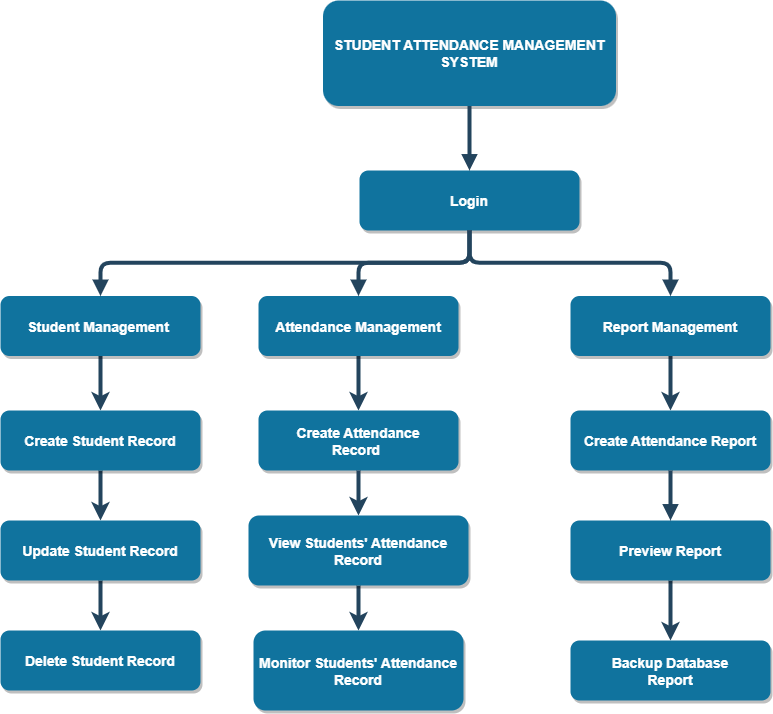
The draw.io diagram Heirarchy of Project Modules/Frame(Event).drawio.png in kaisunoo/Acads, before a commit. Source tidied: cells renumbered, new cells last; positions are measured from the earlier drawing's top-left corner, leaving out a move shared by most shapes. Its diagram source:
```xml
<mxGraphModel>
  <root>
    <mxCell id="0" />
    <mxCell id="1" parent="0" />
    <mxCell id="2" value="STUDENT ATTENDANCE MANAGEMENT &#10;SYSTEM" style="rounded=1;fillColor=#10739E;strokeColor=none;shadow=1;gradientColor=none;fontStyle=1;fontColor=#FFFFFF;fontSize=14;" parent="1" vertex="1">
      <mxGeometry x="322.5" width="293" height="105.5" as="geometry" />
    </mxCell>
    <mxCell id="3" value="Login" style="rounded=1;fillColor=#10739E;strokeColor=none;shadow=1;gradientColor=none;fontStyle=1;fontColor=#FFFFFF;fontSize=14;" parent="1" vertex="1">
      <mxGeometry x="359" y="170" width="220" height="60" as="geometry" />
    </mxCell>
    <mxCell id="4" style="edgeStyle=orthogonalEdgeStyle;rounded=0;jettySize=auto;html=1;strokeWidth=4;strokeColor=#23445D;" parent="1" edge="1" source="5" target="11">
      <mxGeometry relative="1" as="geometry" />
    </mxCell>
    <mxCell id="5" value="Student Management " style="rounded=1;fillColor=#10739E;strokeColor=none;shadow=1;gradientColor=none;fontStyle=1;fontColor=#FFFFFF;fontSize=14;" parent="1" vertex="1">
      <mxGeometry y="295.5" width="200" height="60" as="geometry" />
    </mxCell>
    <mxCell id="6" style="edgeStyle=orthogonalEdgeStyle;rounded=0;jettySize=auto;html=1;exitX=0.5;exitY=1;exitDx=0;exitDy=0;entryX=0.5;entryY=0;entryDx=0;entryDy=0;strokeWidth=4;strokeColor=#23445D;" parent="1" edge="1" source="7" target="12">
      <mxGeometry relative="1" as="geometry" />
    </mxCell>
    <mxCell id="7" value="Attendance Management" style="rounded=1;fillColor=#10739E;strokeColor=none;shadow=1;gradientColor=none;fontStyle=1;fontColor=#FFFFFF;fontSize=14;" parent="1" vertex="1">
      <mxGeometry x="258" y="295.5" width="200" height="60" as="geometry" />
    </mxCell>
    <mxCell id="8" style="edgeStyle=orthogonalEdgeStyle;rounded=0;jettySize=auto;html=1;exitX=0.5;exitY=1;exitDx=0;exitDy=0;entryX=0.5;entryY=0;entryDx=0;entryDy=0;strokeColor=#23445D;strokeWidth=4;" parent="1" edge="1" source="9" target="18">
      <mxGeometry relative="1" as="geometry" />
    </mxCell>
    <mxCell id="9" value="Report Management" style="rounded=1;fillColor=#10739E;strokeColor=none;shadow=1;gradientColor=none;fontStyle=1;fontColor=#FFFFFF;fontSize=14;" parent="1" vertex="1">
      <mxGeometry x="570" y="295.5" width="200" height="60" as="geometry" />
    </mxCell>
    <mxCell id="10" style="edgeStyle=orthogonalEdgeStyle;rounded=0;jettySize=auto;html=1;exitX=0.5;exitY=1;exitDx=0;exitDy=0;entryX=0.5;entryY=0;entryDx=0;entryDy=0;strokeWidth=4;strokeColor=#23445D;" parent="1" edge="1" source="11" target="17">
      <mxGeometry relative="1" as="geometry" />
    </mxCell>
    <mxCell id="11" value="Create Student Record" style="rounded=1;fillColor=#10739E;strokeColor=none;shadow=1;gradientColor=none;fontStyle=1;fontColor=#FFFFFF;fontSize=14;" parent="1" vertex="1">
      <mxGeometry y="410" width="200" height="60" as="geometry" />
    </mxCell>
    <mxCell id="12" value="Create Attendance &#10;Record " style="rounded=1;fillColor=#10739E;strokeColor=none;shadow=1;gradientColor=none;fontStyle=1;fontColor=#FFFFFF;fontSize=14;" parent="1" vertex="1">
      <mxGeometry x="258" y="410" width="200" height="60" as="geometry" />
    </mxCell>
    <mxCell id="13" value="Monitor Students' Attendance &#10;Record" style="rounded=1;fillColor=#10739E;strokeColor=none;shadow=1;gradientColor=none;fontStyle=1;fontColor=#FFFFFF;fontSize=14;" parent="1" vertex="1">
      <mxGeometry x="253" y="630" width="210" height="80" as="geometry" />
    </mxCell>
    <mxCell id="14" style="edgeStyle=orthogonalEdgeStyle;rounded=0;jettySize=auto;html=1;exitX=0.5;exitY=1;exitDx=0;exitDy=0;entryX=0.5;entryY=0;entryDx=0;entryDy=0;strokeWidth=4;strokeColor=#23445D;" parent="1" edge="1" source="15" target="13">
      <mxGeometry relative="1" as="geometry" />
    </mxCell>
    <mxCell id="15" value="View Students' Attendance &#10;Record" style="rounded=1;fillColor=#10739E;strokeColor=none;shadow=1;gradientColor=none;fontStyle=1;fontColor=#FFFFFF;fontSize=14;" parent="1" vertex="1">
      <mxGeometry x="248" y="515" width="220" height="70" as="geometry" />
    </mxCell>
    <mxCell id="16" style="edgeStyle=orthogonalEdgeStyle;rounded=0;jettySize=auto;html=1;exitX=0.5;exitY=1;exitDx=0;exitDy=0;entryX=0.5;entryY=0;entryDx=0;entryDy=0;strokeWidth=4;strokeColor=#23445D;" parent="1" edge="1" source="17" target="26">
      <mxGeometry relative="1" as="geometry" />
    </mxCell>
    <mxCell id="17" value="Update Student Record" style="rounded=1;fillColor=#10739E;strokeColor=none;shadow=1;gradientColor=none;fontStyle=1;fontColor=#FFFFFF;fontSize=14;" parent="1" vertex="1">
      <mxGeometry y="520" width="200" height="60" as="geometry" />
    </mxCell>
    <mxCell id="18" value="Create Attendance Report" style="rounded=1;fillColor=#10739E;strokeColor=none;shadow=1;gradientColor=none;fontStyle=1;fontColor=#FFFFFF;fontSize=14;" parent="1" vertex="1">
      <mxGeometry x="570" y="410" width="200" height="60" as="geometry" />
    </mxCell>
    <mxCell id="19" style="edgeStyle=orthogonalEdgeStyle;rounded=0;jettySize=auto;html=1;exitX=0.5;exitY=1;exitDx=0;exitDy=0;entryX=0.5;entryY=0;entryDx=0;entryDy=0;strokeWidth=4;strokeColor=#23445D;" parent="1" edge="1" source="20" target="28">
      <mxGeometry relative="1" as="geometry" />
    </mxCell>
    <mxCell id="20" value="Preview Report" style="rounded=1;fillColor=#10739E;strokeColor=none;shadow=1;gradientColor=none;fontStyle=1;fontColor=#FFFFFF;fontSize=14;" parent="1" vertex="1">
      <mxGeometry x="570" y="520" width="200" height="60" as="geometry" />
    </mxCell>
    <mxCell id="21" style="edgeStyle=elbowEdgeStyle;elbow=vertical;strokeWidth=4;endArrow=block;endFill=1;fontStyle=1;strokeColor=#23445D;" parent="1" edge="1" source="2" target="3">
      <mxGeometry x="22" y="165.5" as="geometry" />
    </mxCell>
    <mxCell id="22" style="edgeStyle=elbowEdgeStyle;elbow=vertical;strokeWidth=4;endArrow=block;endFill=1;fontStyle=1;strokeColor=#23445D;" parent="1" edge="1" source="3" target="7">
      <mxGeometry x="22" y="165.5" as="geometry" />
    </mxCell>
    <mxCell id="23" style="edgeStyle=elbowEdgeStyle;elbow=vertical;strokeWidth=4;endArrow=block;endFill=1;fontStyle=1;strokeColor=#23445D;" parent="1" edge="1" source="3" target="5">
      <mxGeometry x="22" y="165.5" as="geometry" />
    </mxCell>
    <mxCell id="24" style="edgeStyle=elbowEdgeStyle;elbow=vertical;strokeWidth=4;endArrow=block;endFill=1;fontStyle=1;strokeColor=#23445D;" parent="1" edge="1" source="3" target="9">
      <mxGeometry x="22" y="165.5" as="geometry" />
    </mxCell>
    <mxCell id="25" style="edgeStyle=elbowEdgeStyle;elbow=vertical;strokeWidth=4;endArrow=block;endFill=1;fontStyle=1;strokeColor=#23445D;" parent="1" edge="1" source="18" target="20">
      <mxGeometry x="72" y="195.5" as="geometry" />
    </mxCell>
    <mxCell id="26" value="Delete Student Record" style="rounded=1;fillColor=#10739E;strokeColor=none;shadow=1;gradientColor=none;fontStyle=1;fontColor=#FFFFFF;fontSize=14;" parent="1" vertex="1">
      <mxGeometry y="630" width="200" height="60" as="geometry" />
    </mxCell>
    <mxCell id="27" style="edgeStyle=orthogonalEdgeStyle;rounded=0;jettySize=auto;html=1;exitX=0.5;exitY=1;exitDx=0;exitDy=0;entryX=0.5;entryY=0;entryDx=0;entryDy=0;strokeWidth=4;strokeColor=#23445D;" parent="1" edge="1" source="12" target="15">
      <mxGeometry relative="1" as="geometry" />
    </mxCell>
    <mxCell id="28" value="Backup Database &#10;Report" style="rounded=1;fillColor=#10739E;strokeColor=none;shadow=1;gradientColor=none;fontStyle=1;fontColor=#FFFFFF;fontSize=14;" parent="1" vertex="1">
      <mxGeometry x="570" y="640" width="200" height="60" as="geometry" />
    </mxCell>
  </root>
</mxGraphModel>
```
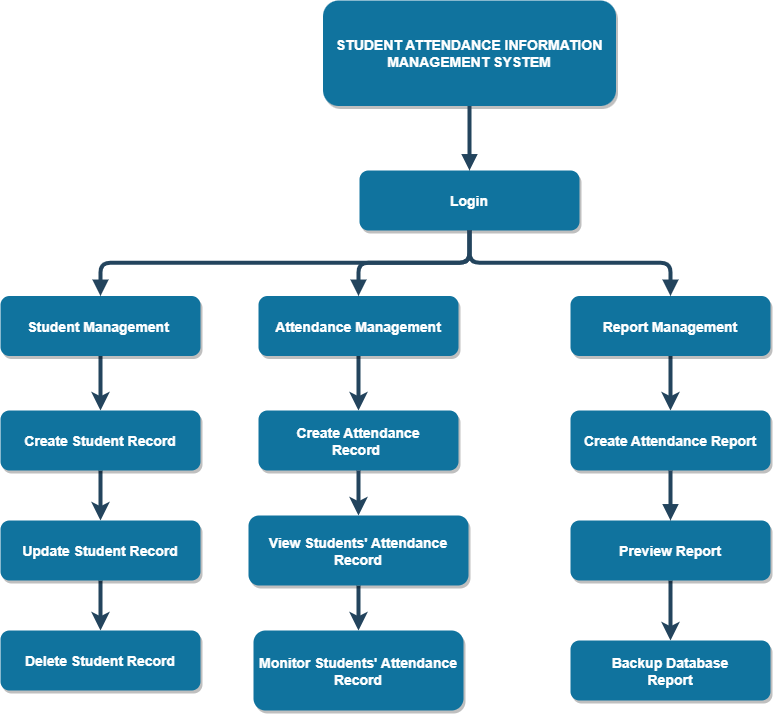
The same file after the commit.

Commit message:
Update Heirarchy of Project Modules/Frame(Event).drawio.png

The edit, as a diff of the source:
```diff
@@ -2,7 +2,7 @@
   <root>
     <mxCell id="0" />
     <mxCell id="1" parent="0" />
-    <mxCell id="2" value="STUDENT ATTENDANCE MANAGEMENT &#10;SYSTEM" style="rounded=1;fillColor=#10739E;strokeColor=none;shadow=1;gradientColor=none;fontStyle=1;fontColor=#FFFFFF;fontSize=14;" parent="1" vertex="1">
+    <mxCell id="2" value="STUDENT ATTENDANCE INFORMATION &#10;MANAGEMENT SYSTEM" style="rounded=1;fillColor=#10739E;strokeColor=none;shadow=1;gradientColor=none;fontStyle=1;fontColor=#FFFFFF;fontSize=14;" parent="1" vertex="1">
       <mxGeometry x="322.5" width="293" height="105.5" as="geometry" />
     </mxCell>
     <mxCell id="3" value="Login" style="rounded=1;fillColor=#10739E;strokeColor=none;shadow=1;gradientColor=none;fontStyle=1;fontColor=#FFFFFF;fontSize=14;" parent="1" vertex="1">
```
